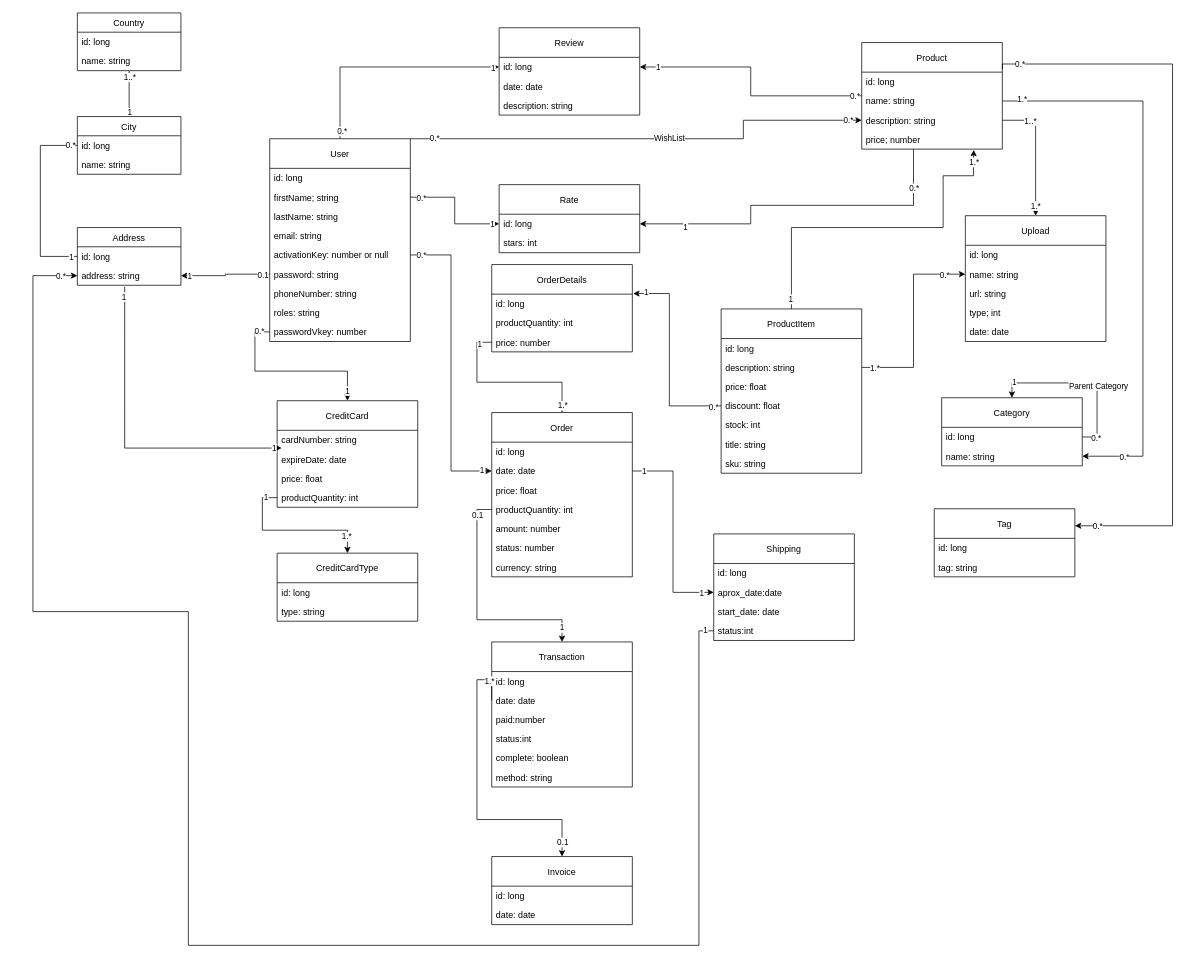
Psycomentis06/AZIT-e-commerce-API-doc keeps this draw.io diagram as page "Ecommerce basic model" (1 of 2) of Class Diagram.drawio. Above is the earlier version. Source tidied: cells renumbered, new cells numbered last; positions are measured from the earlier drawing's top-left corner, leaving out a move shared by most shapes. Both pictures are drawn from the tidied source at 74%, with x=0, y=0 at pixel (33, 13).
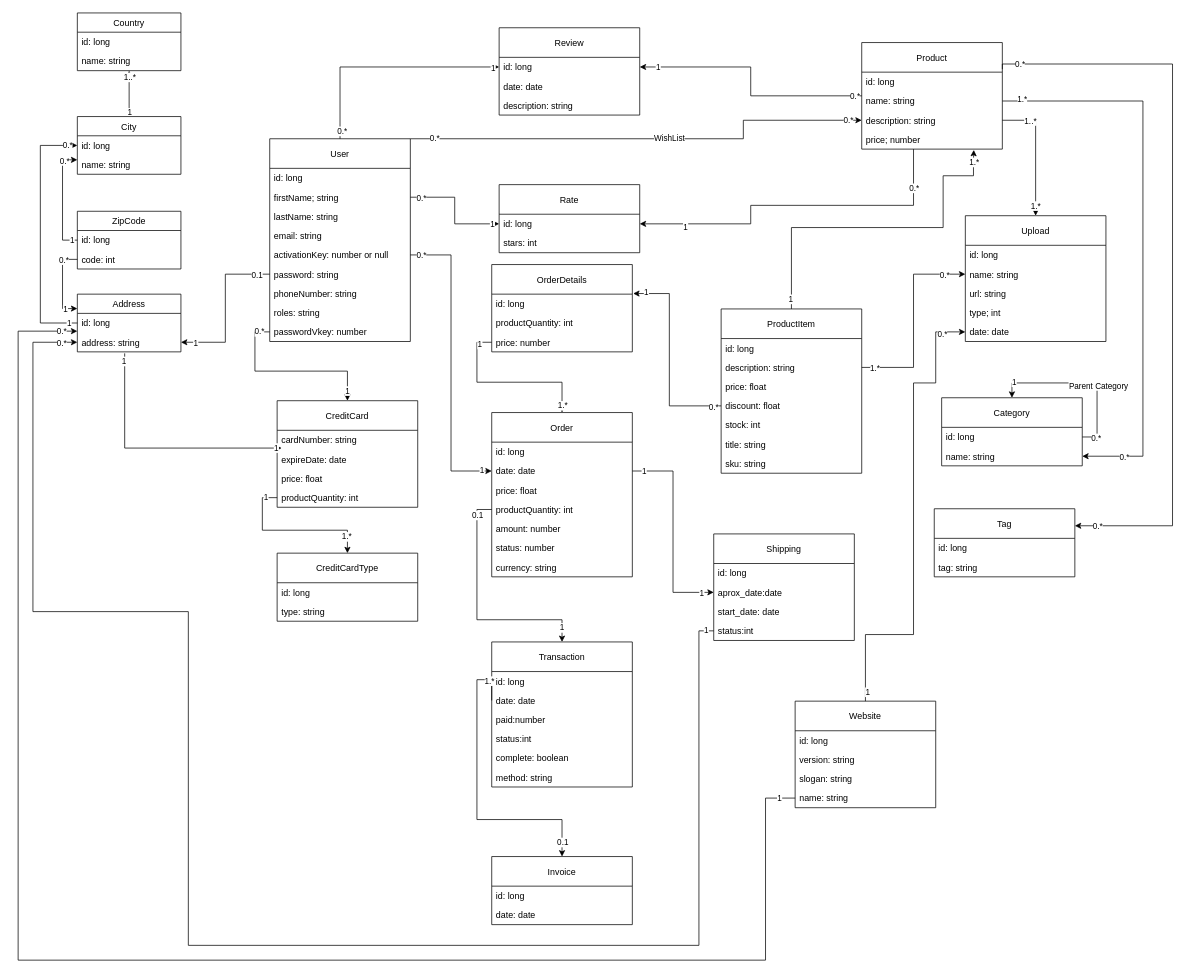
The same page after the edit.

The change refers to these unchanged cells:
```xml
<mxCell id="34" value="id: long" style="text;strokeColor=none;fillColor=none;align=left;verticalAlign=top;spacingLeft=4;spacingRight=4;overflow=hidden;points=[[0,0.5],[1,0.5]];portConstraint=eastwest;" parent="33" vertex="1">
  <mxGeometry y="26" width="140" height="26" as="geometry" />
</mxCell>
<mxCell id="35" value="address: string" style="text;strokeColor=none;fillColor=none;align=left;verticalAlign=top;spacingLeft=4;spacingRight=4;overflow=hidden;points=[[0,0.5],[1,0.5]];portConstraint=eastwest;" parent="33" vertex="1">
  <mxGeometry y="52" width="140" height="26" as="geometry" />
</mxCell>
<mxCell id="39" value="City" style="swimlane;fontStyle=0;horizontal=1;startSize=26;fillColor=none;" parent="1" vertex="1">
  <mxGeometry x="60" y="140" width="140" height="78" as="geometry" />
</mxCell>
<mxCell id="40" value="id: long" style="text;strokeColor=none;fillColor=none;align=left;verticalAlign=top;spacingLeft=4;spacingRight=4;overflow=hidden;points=[[0,0.5],[1,0.5]];portConstraint=eastwest;" parent="39" vertex="1">
  <mxGeometry y="26" width="140" height="26" as="geometry" />
</mxCell>
<mxCell id="50" value="date: date" style="text;strokeColor=none;fillColor=none;align=left;verticalAlign=top;spacingLeft=4;spacingRight=4;overflow=hidden;points=[[0,0.5],[1,0.5]];portConstraint=eastwest;" parent="45" vertex="1">
  <mxGeometry y="144" width="190" height="26" as="geometry" />
</mxCell>
<mxCell id="155" value="status:int" style="text;strokeColor=none;fillColor=none;align=left;verticalAlign=top;spacingLeft=4;spacingRight=4;overflow=hidden;points=[[0,0.5],[1,0.5]];portConstraint=eastwest;" parent="151" vertex="1">
  <mxGeometry y="118" width="190" height="26" as="geometry" />
</mxCell>
```

Diff of the diagram source:
```diff
@@
     <mxCell id="33" value="Address" style="swimlane;fontStyle=0;horizontal=1;startSize=26;fillColor=none;" parent="1" vertex="1">
-      <mxGeometry x="60" y="290" width="140" height="78" as="geometry" />
+      <mxGeometry x="60" y="380" width="140" height="78" as="geometry" />
     </mxCell>
@@
     <mxCell id="73" style="edgeStyle=orthogonalEdgeStyle;rounded=0;jettySize=auto;html=1;exitX=0;exitY=0.5;exitDx=0;exitDy=0;entryX=0;entryY=0.5;entryDx=0;entryDy=0;" parent="1" edge="1" source="34" target="40">
       <mxGeometry relative="1" as="geometry">
         <Array as="points">
-          <mxPoint x="10" y="329" />
+          <mxPoint x="10" y="419" />
           <mxPoint x="10" y="179" />
         </Array>
       </mxGeometry>
     </mxCell>
@@
     <mxCell id="159" style="edgeStyle=orthogonalEdgeStyle;rounded=0;jettySize=auto;html=1;exitX=0;exitY=0.5;exitDx=0;exitDy=0;entryX=0;entryY=0.5;entryDx=0;entryDy=0;" parent="1" edge="1" source="155" target="35">
       <mxGeometry relative="1" as="geometry">
         <Array as="points">
           <mxPoint x="900" y="835" />
           <mxPoint x="900" y="1260" />
           <mxPoint x="210" y="1260" />
           <mxPoint x="210" y="809" />
           <mxPoint y="809" />
-          <mxPoint y="355" />
+          <mxPoint y="445" />
         </Array>
       </mxGeometry>
     </mxCell>
@@
+    <mxCell id="162" value="ZipCode" style="swimlane;fontStyle=0;horizontal=1;startSize=26;fillColor=none;" parent="1" vertex="1">
+      <mxGeometry x="60" y="268" width="140" height="78" as="geometry" />
+    </mxCell>
+    <mxCell id="163" value="id: long" style="text;strokeColor=none;fillColor=none;align=left;verticalAlign=top;spacingLeft=4;spacingRight=4;overflow=hidden;points=[[0,0.5],[1,0.5]];portConstraint=eastwest;" parent="162" vertex="1">
+      <mxGeometry y="26" width="140" height="26" as="geometry" />
+    </mxCell>
+    <mxCell id="164" value="code: int" style="text;strokeColor=none;fillColor=none;align=left;verticalAlign=top;spacingLeft=4;spacingRight=4;overflow=hidden;points=[[0,0.5],[1,0.5]];portConstraint=eastwest;" parent="162" vertex="1">
+      <mxGeometry y="52" width="140" height="26" as="geometry" />
+    </mxCell>
+    <mxCell id="165" style="edgeStyle=orthogonalEdgeStyle;rounded=0;jettySize=auto;html=1;exitX=0;exitY=0.5;exitDx=0;exitDy=0;entryX=0;entryY=0.75;entryDx=0;entryDy=0;" parent="1" edge="1" source="163" target="39">
+      <mxGeometry relative="1" as="geometry" />
+    </mxCell>
+    <mxCell id="166" value="0.*" style="edgeLabel;html=1;align=center;verticalAlign=middle;" parent="165" vertex="1">
+      <mxGeometry x="0.77" y="-1" relative="1" as="geometry" />
+    </mxCell>
+    <mxCell id="167" value="1" style="edgeLabel;html=1;align=center;verticalAlign=middle;" parent="165" vertex="1">
+      <mxGeometry x="-0.89" y="-1" relative="1" as="geometry" />
+    </mxCell>
+    <mxCell id="168" style="edgeStyle=orthogonalEdgeStyle;rounded=0;jettySize=auto;html=1;exitX=0;exitY=0.5;exitDx=0;exitDy=0;entryX=0;entryY=0.25;entryDx=0;entryDy=0;" parent="1" edge="1" source="164" target="33">
+      <mxGeometry relative="1" as="geometry" />
+    </mxCell>
+    <mxCell id="169" value="1" style="edgeLabel;html=1;align=center;verticalAlign=middle;" parent="168" vertex="1">
+      <mxGeometry x="0.69" y="-1" relative="1" as="geometry" />
+    </mxCell>
+    <mxCell id="170" value="0.*" style="edgeLabel;html=1;align=center;verticalAlign=middle;" parent="168" vertex="1">
+      <mxGeometry x="-0.64" relative="1" as="geometry" />
+    </mxCell>
+    <mxCell id="171" style="edgeStyle=orthogonalEdgeStyle;rounded=0;jettySize=auto;html=1;exitX=0.5;exitY=0;exitDx=0;exitDy=0;entryX=0;entryY=0.5;entryDx=0;entryDy=0;" parent="1" edge="1" source="174" target="50">
+      <mxGeometry relative="1" as="geometry">
+        <Array as="points">
+          <mxPoint x="1125" y="840" />
+          <mxPoint x="1190" y="840" />
+          <mxPoint x="1190" y="500" />
+          <mxPoint x="1220" y="500" />
+          <mxPoint x="1220" y="431" />
+        </Array>
+      </mxGeometry>
+    </mxCell>
+    <mxCell id="172" value="1" style="edgeLabel;html=1;align=center;verticalAlign=middle;" parent="171" vertex="1">
+      <mxGeometry x="-0.96" y="-2" relative="1" as="geometry" />
+    </mxCell>
+    <mxCell id="173" value="0.*" style="edgeLabel;html=1;align=center;verticalAlign=middle;" parent="171" vertex="1">
+      <mxGeometry x="0.9" y="-2" relative="1" as="geometry" />
+    </mxCell>
+    <mxCell id="174" value="Website" style="swimlane;fontStyle=0;horizontal=1;startSize=40;fillColor=none;" parent="1" vertex="1">
+      <mxGeometry x="1030" y="930" width="190" height="144" as="geometry" />
+    </mxCell>
+    <mxCell id="175" value="id: long" style="text;strokeColor=none;fillColor=none;align=left;verticalAlign=top;spacingLeft=4;spacingRight=4;overflow=hidden;" parent="174" vertex="1">
+      <mxGeometry y="40" width="190" height="26" as="geometry" />
+    </mxCell>
+    <mxCell id="176" value="version: string" style="text;strokeColor=none;fillColor=none;align=left;verticalAlign=top;spacingLeft=4;spacingRight=4;overflow=hidden;" parent="174" vertex="1">
+      <mxGeometry y="66" width="190" height="26" as="geometry" />
+    </mxCell>
+    <mxCell id="177" value="slogan: string" style="text;strokeColor=none;fillColor=none;align=left;verticalAlign=top;spacingLeft=4;spacingRight=4;overflow=hidden;" parent="174" vertex="1">
+      <mxGeometry y="92" width="190" height="26" as="geometry" />
+    </mxCell>
+    <mxCell id="178" value="name: string" style="text;strokeColor=none;fillColor=none;align=left;verticalAlign=top;spacingLeft=4;spacingRight=4;overflow=hidden;points=[[0,0.5],[1,0.5]];portConstraint=eastwest;" parent="174" vertex="1">
+      <mxGeometry y="118" width="190" height="26" as="geometry" />
+    </mxCell>
+    <mxCell id="179" style="edgeStyle=orthogonalEdgeStyle;rounded=0;jettySize=auto;html=1;exitX=0;exitY=0.5;exitDx=0;exitDy=0;" parent="1" edge="1" source="178">
+      <mxGeometry relative="1" as="geometry">
+        <mxPoint x="60" y="430" as="targetPoint" />
+        <Array as="points">
+          <mxPoint x="990" y="1061" />
+          <mxPoint x="990" y="1280" />
+          <mxPoint x="-20" y="1280" />
+          <mxPoint x="-20" y="430" />
+        </Array>
+      </mxGeometry>
+    </mxCell>
+    <mxCell id="180" value="1" style="edgeLabel;html=1;align=center;verticalAlign=middle;" parent="179" vertex="1">
+      <mxGeometry x="-0.98" relative="1" as="geometry" />
+    </mxCell>
+    <mxCell id="181" value="0.*" style="edgeLabel;html=1;align=center;verticalAlign=middle;" parent="179" vertex="1">
+      <mxGeometry x="0.98" relative="1" as="geometry" />
+    </mxCell>
```
